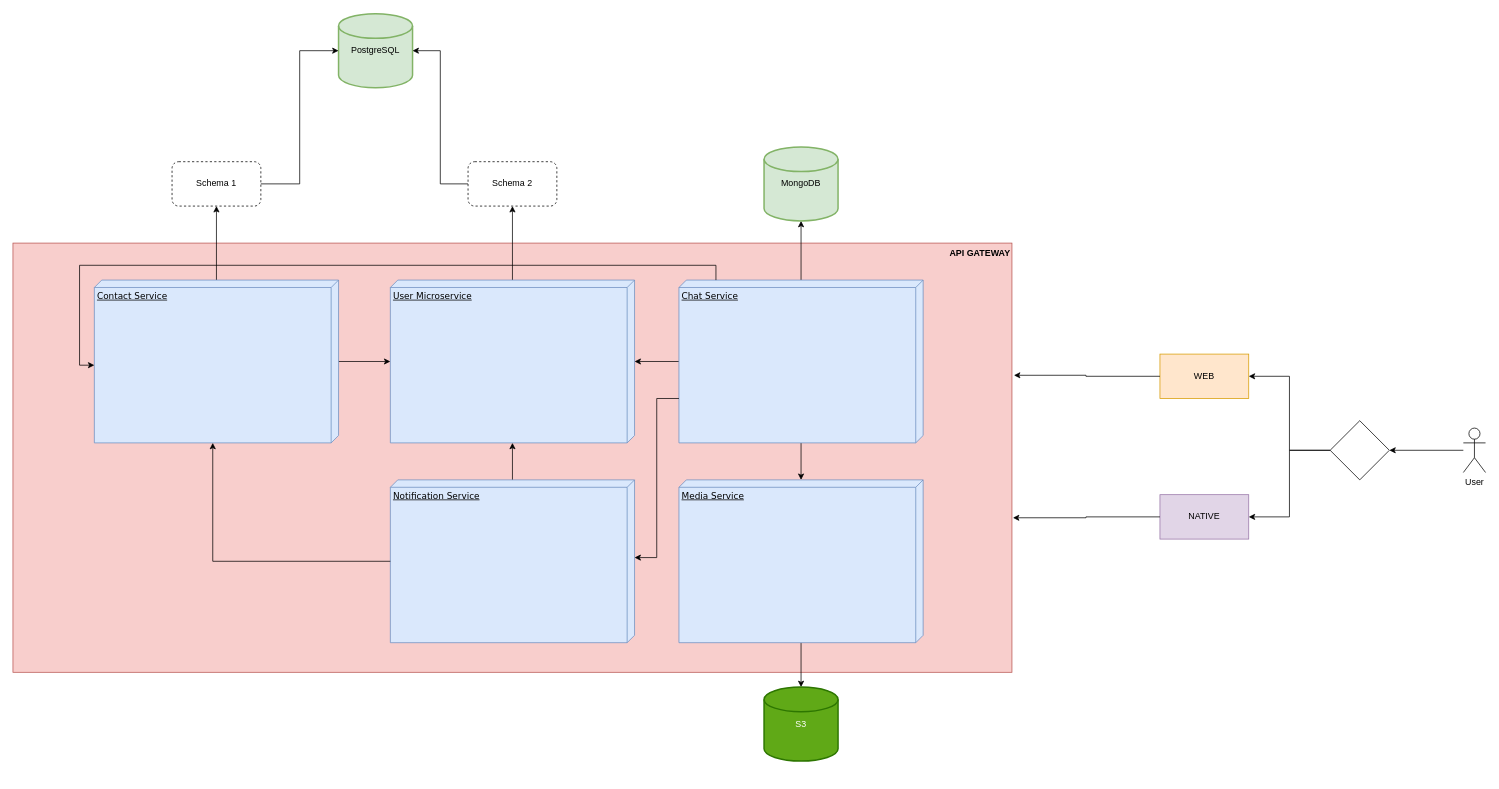
Before: Messaging-MicroServices-Archi.drawio in Quentin-Piot/messaging-microservices-grpc-ddd, a draw.io diagram. Source tidied: cells renumbered, new cells numbered last; positions are measured from the earlier drawing's top-left corner, leaving out a move shared by most shapes. Both pictures are drawn from the tidied source at 74%, with x=0, y=0 at pixel (13, 13).
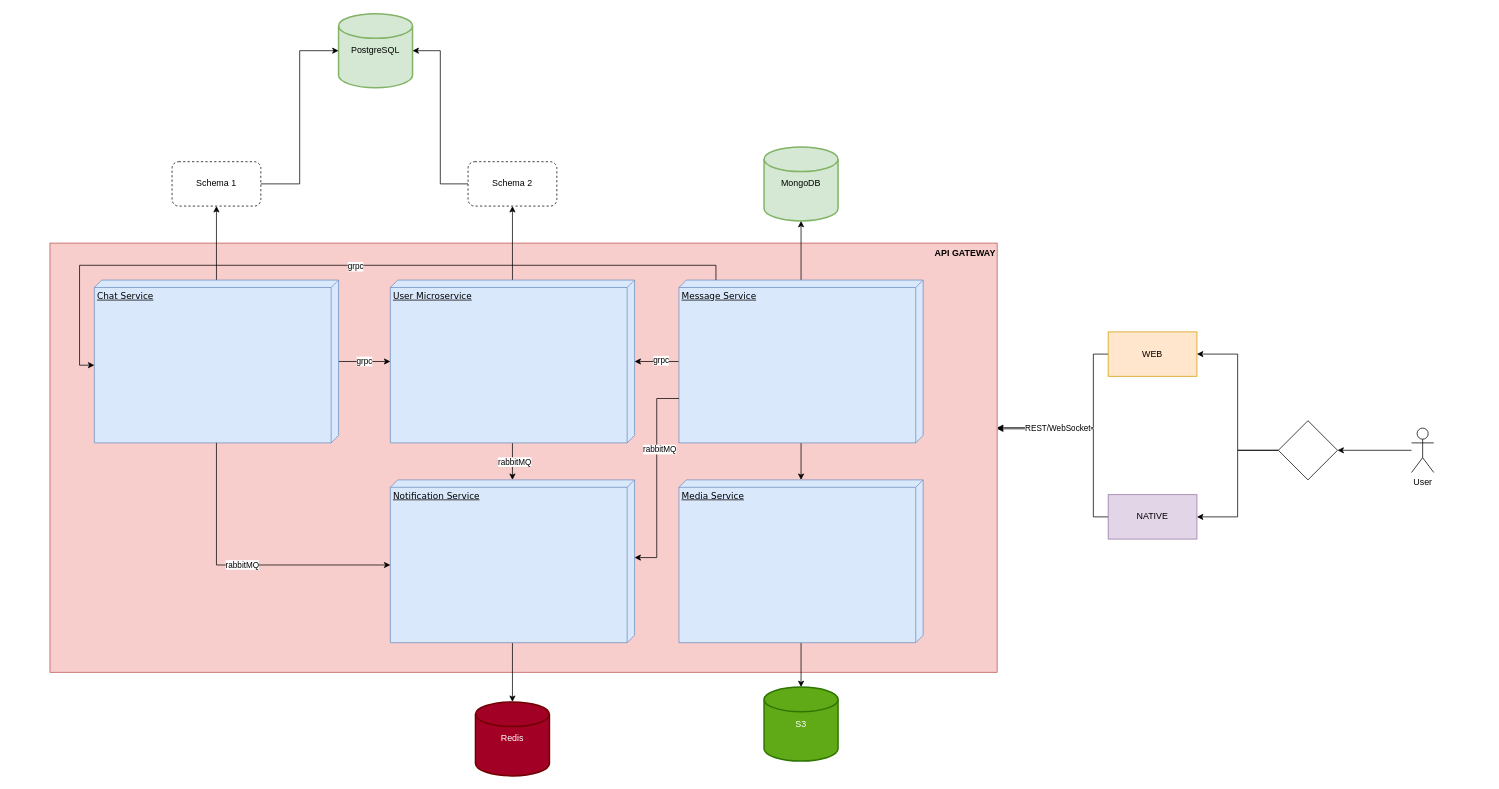
The same page after the edit.

Commit message:
update diagram with communication

Unchanged cells that the change refers to:
```xml
<mxCell id="4" value="User Microservice" style="verticalAlign=top;align=left;spacingTop=8;spacingLeft=2;spacingRight=12;shape=cube;size=10;direction=south;fontStyle=4;html=1;rounded=0;shadow=0;comic=0;labelBackgroundColor=none;strokeWidth=1;fontFamily=Verdana;fontSize=12;fillColor=#dae8fc;strokeColor=#6c8ebf;" parent="1" vertex="1">
  <mxGeometry x="510" y="360" width="330" height="220" as="geometry" />
</mxCell>
<mxCell id="6" style="edgeStyle=orthogonalEdgeStyle;rounded=0;jettySize=auto;html=1;" parent="1" edge="1" source="8" target="4">
  <mxGeometry relative="1" as="geometry" />
</mxCell>
<mxCell id="10" value="&lt;div&gt;Notification Service&lt;/div&gt;&lt;div&gt;&lt;br&gt;&lt;/div&gt;" style="verticalAlign=top;align=left;spacingTop=8;spacingLeft=2;spacingRight=12;shape=cube;size=10;direction=south;fontStyle=4;html=1;rounded=0;shadow=0;comic=0;labelBackgroundColor=none;strokeWidth=1;fontFamily=Verdana;fontSize=12;fillColor=#dae8fc;strokeColor=#6c8ebf;" parent="1" vertex="1">
  <mxGeometry x="510" y="630" width="330" height="220" as="geometry" />
</mxCell>
<mxCell id="24" style="edgeStyle=orthogonalEdgeStyle;rounded=0;jettySize=auto;html=1;entryX=0;entryY=0;entryDx=105;entryDy=0;entryPerimeter=0;" parent="1" edge="1" source="8" target="10">
  <mxGeometry relative="1" as="geometry">
    <Array as="points">
      <mxPoint x="870" y="520" />
      <mxPoint x="870" y="735" />
    </Array>
  </mxGeometry>
</mxCell>
<mxCell id="25" style="edgeStyle=orthogonalEdgeStyle;rounded=0;jettySize=auto;html=1;entryX=0;entryY=0;entryDx=115;entryDy=330;entryPerimeter=0;" parent="1" edge="1" source="8" target="15">
  <mxGeometry relative="1" as="geometry">
    <Array as="points">
      <mxPoint x="950" y="340" />
      <mxPoint x="90" y="340" />
      <mxPoint x="90" y="475" />
    </Array>
  </mxGeometry>
</mxCell>
```

Change to the diagram source:
```diff
@@
     <mxCell id="2" value="&lt;b&gt;API GATEWAY&lt;br&gt;&lt;/b&gt;" style="rounded=0;whiteSpace=wrap;html=1;align=right;verticalAlign=top;fillColor=#f8cecc;strokeColor=#b85450;" parent="1" vertex="1">
-      <mxGeometry y="310" width="1350" height="580" as="geometry" />
+      <mxGeometry x="50" y="310" width="1280" height="580" as="geometry" />
     </mxCell>
@@
+    <mxCell id="35" style="edgeStyle=orthogonalEdgeStyle;rounded=0;jettySize=auto;html=1;" parent="1" edge="1" source="4" target="10">
+      <mxGeometry relative="1" as="geometry" />
+    </mxCell>
+    <mxCell id="36" value="rabbitMQ" style="edgeLabel;html=1;align=center;verticalAlign=middle;" parent="35" vertex="1">
+      <mxGeometry x="0.01" y="2" relative="1" as="geometry" />
+    </mxCell>
@@
+    <mxCell id="37" value="grpc" style="edgeLabel;html=1;align=center;verticalAlign=middle;" parent="6" vertex="1">
+      <mxGeometry x="-0.18" y="-2" relative="1" as="geometry" />
+    </mxCell>
@@
-    <mxCell id="8" value="Chat Service" style="verticalAlign=top;align=left;spacingTop=8;spacingLeft=2;spacingRight=12;shape=cube;size=10;direction=south;fontStyle=4;html=1;rounded=0;shadow=0;comic=0;labelBackgroundColor=none;strokeWidth=1;fontFamily=Verdana;fontSize=12;fillColor=#dae8fc;strokeColor=#6c8ebf;" parent="1" vertex="1">
+    <mxCell id="8" value="Message Service" style="verticalAlign=top;align=left;spacingTop=8;spacingLeft=2;spacingRight=12;shape=cube;size=10;direction=south;fontStyle=4;html=1;rounded=0;shadow=0;comic=0;labelBackgroundColor=none;strokeWidth=1;fontFamily=Verdana;fontSize=12;fillColor=#dae8fc;strokeColor=#6c8ebf;" parent="1" vertex="1">
       <mxGeometry x="900" y="360" width="330" height="220" as="geometry" />
     </mxCell>
-    <mxCell id="9" style="edgeStyle=orthogonalEdgeStyle;rounded=0;jettySize=auto;html=1;" parent="1" edge="1" source="10" target="4">
-      <mxGeometry relative="1" as="geometry" />
-    </mxCell>
+    <mxCell id="38" style="edgeStyle=orthogonalEdgeStyle;rounded=0;jettySize=auto;html=1;" parent="1" edge="1" source="10" target="44">
+      <mxGeometry relative="1" as="geometry" />
+    </mxCell>
@@
-    <mxCell id="14" style="edgeStyle=orthogonalEdgeStyle;rounded=0;jettySize=auto;html=1;" parent="1" edge="1" source="15" target="4">
+    <mxCell id="14" value="grpc" style="edgeStyle=orthogonalEdgeStyle;rounded=0;jettySize=auto;html=1;" parent="1" edge="1" source="15" target="4">
       <mxGeometry relative="1" as="geometry" />
     </mxCell>
-    <mxCell id="15" value="Contact Service" style="verticalAlign=top;align=left;spacingTop=8;spacingLeft=2;spacingRight=12;shape=cube;size=10;direction=south;fontStyle=4;html=1;rounded=0;shadow=0;comic=0;labelBackgroundColor=none;strokeWidth=1;fontFamily=Verdana;fontSize=12;fillColor=#dae8fc;strokeColor=#6c8ebf;" parent="1" vertex="1">
+    <mxCell id="15" value="Chat Service" style="verticalAlign=top;align=left;spacingTop=8;spacingLeft=2;spacingRight=12;shape=cube;size=10;direction=south;fontStyle=4;html=1;rounded=0;shadow=0;comic=0;labelBackgroundColor=none;strokeWidth=1;fontFamily=Verdana;fontSize=12;fillColor=#dae8fc;strokeColor=#6c8ebf;" parent="1" vertex="1">
       <mxGeometry x="110" y="360" width="330" height="220" as="geometry" />
     </mxCell>
@@
-    <mxCell id="23" style="edgeStyle=orthogonalEdgeStyle;rounded=0;jettySize=auto;html=1;entryX=0;entryY=0;entryDx=220;entryDy=170;entryPerimeter=0;" parent="1" edge="1" source="10" target="15">
-      <mxGeometry relative="1" as="geometry" />
-    </mxCell>
@@
+    <mxCell id="39" value="rabbitMQ" style="edgeLabel;html=1;align=center;verticalAlign=middle;" parent="24" vertex="1">
+      <mxGeometry x="-0.29" y="3" relative="1" as="geometry" />
+    </mxCell>
@@
+    <mxCell id="40" value="&lt;div&gt;grpc&lt;/div&gt;" style="edgeLabel;html=1;align=center;verticalAlign=middle;" parent="25" vertex="1">
+      <mxGeometry x="-0.02" y="1" relative="1" as="geometry" />
+    </mxCell>
@@
     <mxCell id="27" value="User" style="shape=umlActor;verticalLabelPosition=bottom;verticalAlign=top;html=1;outlineConnect=0;" parent="1" vertex="1">
-      <mxGeometry x="1960" y="560" width="30" height="60" as="geometry" />
+      <mxGeometry x="1890" y="560" width="30" height="60" as="geometry" />
     </mxCell>
+    <mxCell id="41" style="edgeStyle=orthogonalEdgeStyle;rounded=0;jettySize=auto;html=1;entryX=1;entryY=0.43;entryDx=0;entryDy=0;entryPerimeter=0;" parent="1" edge="1" target="2">
+      <mxGeometry relative="1" as="geometry">
+        <mxPoint x="1520" y="460" as="sourcePoint" />
+        <Array as="points">
+          <mxPoint x="1460" y="460" />
+          <mxPoint x="1460" y="559" />
+        </Array>
+      </mxGeometry>
+    </mxCell>
     <mxCell id="28" value="WEB" style="rounded=0;whiteSpace=wrap;html=1;fillColor=#ffe6cc;strokeColor=#d79b00;" parent="1" vertex="1">
-      <mxGeometry x="1550" y="460" width="120" height="60" as="geometry" />
+      <mxGeometry x="1480" y="430" width="120" height="60" as="geometry" />
     </mxCell>
+    <mxCell id="42" style="edgeStyle=orthogonalEdgeStyle;rounded=0;orthogonalLoop=1;jettySize=auto;html=1;" parent="1" edge="1">
+      <mxGeometry relative="1" as="geometry">
+        <mxPoint x="1520" y="680" as="sourcePoint" />
+        <mxPoint x="1330" y="561" as="targetPoint" />
+        <Array as="points">
+          <mxPoint x="1460" y="680" />
+          <mxPoint x="1460" y="561" />
+        </Array>
+      </mxGeometry>
+    </mxCell>
+    <mxCell id="43" value="REST/WebSocket" style="edgeLabel;html=1;align=center;verticalAlign=middle;" parent="42" vertex="1">
+      <mxGeometry x="0.71" y="2" relative="1" as="geometry">
+        <mxPoint x="36" y="-3" as="offset" />
+      </mxGeometry>
+    </mxCell>
     <mxCell id="29" value="NATIVE" style="rounded=0;whiteSpace=wrap;html=1;fillColor=#e1d5e7;strokeColor=#9673a6;" parent="1" vertex="1">
-      <mxGeometry x="1550" y="650" width="120" height="60" as="geometry" />
+      <mxGeometry x="1480" y="650" width="120" height="60" as="geometry" />
     </mxCell>
-    <mxCell id="30" style="edgeStyle=orthogonalEdgeStyle;rounded=0;jettySize=auto;html=1;entryX=1.002;entryY=0.308;entryDx=0;entryDy=0;entryPerimeter=0;" parent="1" edge="1" source="28" target="2">
-      <mxGeometry relative="1" as="geometry" />
-    </mxCell>
-    <mxCell id="31" style="edgeStyle=orthogonalEdgeStyle;rounded=0;jettySize=auto;html=1;entryX=1.001;entryY=0.64;entryDx=0;entryDy=0;entryPerimeter=0;" parent="1" edge="1" source="29" target="2">
-      <mxGeometry relative="1" as="geometry" />
-    </mxCell>
@@
     <mxCell id="34" style="rhombus;whiteSpace=wrap;html=1;" parent="1" vertex="1">
-      <mxGeometry x="1780" y="550" width="80" height="80" as="geometry" />
+      <mxGeometry x="1710" y="550" width="80" height="80" as="geometry" />
     </mxCell>
+    <mxCell id="44" value="Redis" style="strokeWidth=2;html=1;shape=mxgraph.flowchart.database;whiteSpace=wrap;fillColor=#a20025;strokeColor=#6F0000;fontColor=#ffffff;" parent="1" vertex="1">
+      <mxGeometry x="625" y="930" width="100" height="100" as="geometry" />
+    </mxCell>
+    <mxCell id="45" value="rabbitMQ" style="edgeStyle=orthogonalEdgeStyle;rounded=0;jettySize=auto;html=1;entryX=0;entryY=0;entryDx=115;entryDy=330;entryPerimeter=0;" parent="1" edge="1" source="15" target="10">
+      <mxGeometry relative="1" as="geometry">
+        <Array as="points">
+          <mxPoint x="275" y="745" />
+        </Array>
+      </mxGeometry>
+    </mxCell>
```
